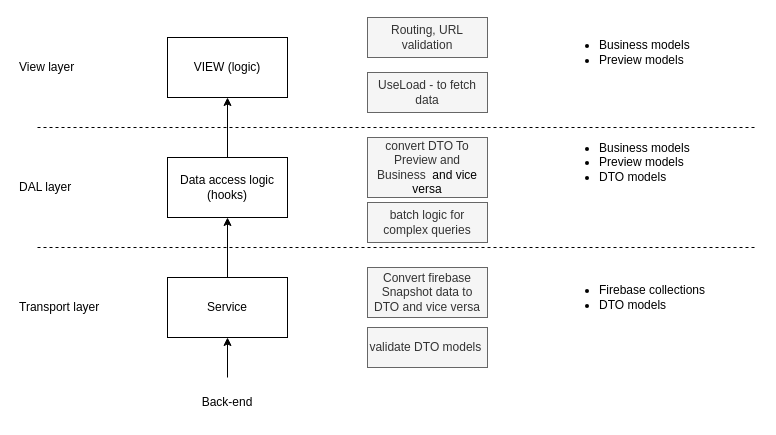
tritonJS826/masters-way keeps this draw.io diagram as docs/architecture.drawio. Above is the earlier version. Source tidied: cells renumbered, new cells numbered last; positions are measured from the earlier drawing's top-left corner, leaving out a move shared by most shapes. Both pictures are drawn from the tidied source at 100%, with x=0, y=0 at pixel (17, 17).
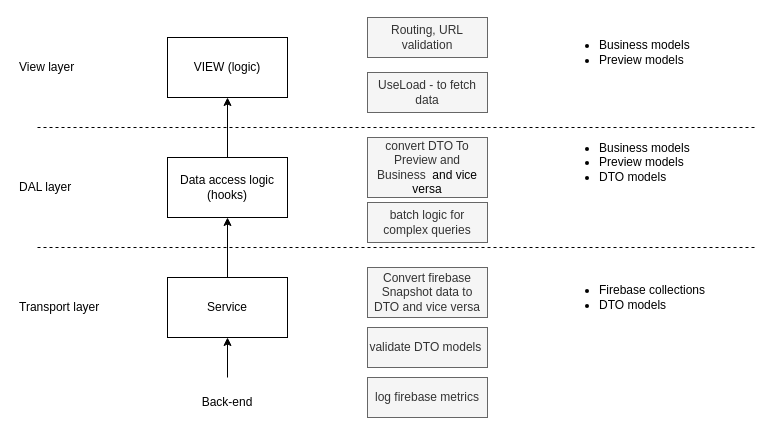
The same diagram, later.

Change to the diagram source:
```diff
@@
+    <mxCell id="23" value="log firebase metrics" style="html=1;whiteSpace=wrap;fillColor=#f5f5f5;fontColor=#333333;strokeColor=#666666;" parent="1" vertex="1">
+      <mxGeometry x="350" y="360" width="120" height="40" as="geometry" />
+    </mxCell>
```
